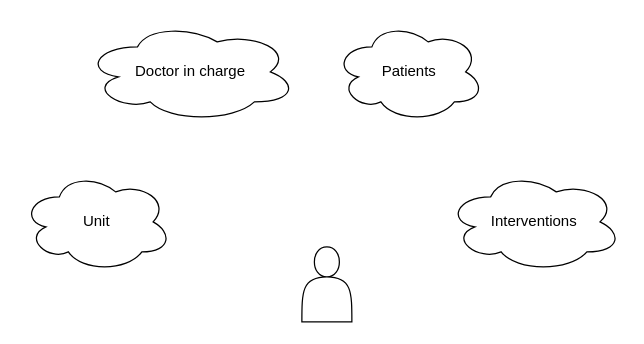
Earlier version of the draw.io diagram page "Step 1 - Define the purpose of the DB" (1 of 4) of exercise3.drawio (KateKatze/07.03_SQL). Source tidied: cells renumbered, new cells numbered last; positions are measured from the earlier drawing's top-left corner, leaving out a move shared by most shapes. Both pictures are drawn from the tidied source at 125%, with x=0, y=0 at pixel (21, 21).
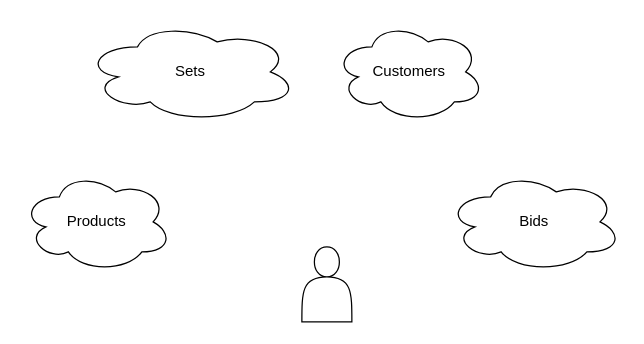
Above is the later version.

Change to the diagram source:
```diff
@@
 <mxGraphModel>
   <root>
     <mxCell id="0" />
     <mxCell id="1" parent="0" />
-    <mxCell id="2" value="Unit" style="ellipse;shape=cloud;whiteSpace=wrap;html=1;" parent="1" vertex="1">
+    <mxCell id="2" value="Products" style="ellipse;shape=cloud;whiteSpace=wrap;html=1;" parent="1" vertex="1">
       <mxGeometry y="120" width="120" height="80" as="geometry" />
     </mxCell>
-    <mxCell id="3" value="Doctor in charge" style="ellipse;shape=cloud;whiteSpace=wrap;html=1;" parent="1" vertex="1">
+    <mxCell id="3" value="Sets" style="ellipse;shape=cloud;whiteSpace=wrap;html=1;" parent="1" vertex="1">
       <mxGeometry x="50" width="170" height="80" as="geometry" />
     </mxCell>
     <mxCell id="4" style="shape=actor;whiteSpace=wrap;html=1;" parent="1" vertex="1">
       <mxGeometry x="224" y="180" width="40" height="60" as="geometry" />
     </mxCell>
-    <mxCell id="5" value="Interventions" style="ellipse;shape=cloud;whiteSpace=wrap;html=1;" parent="1" vertex="1">
+    <mxCell id="5" value="Bids" style="ellipse;shape=cloud;whiteSpace=wrap;html=1;" parent="1" vertex="1">
       <mxGeometry x="340" y="120" width="140" height="80" as="geometry" />
     </mxCell>
-    <mxCell id="6" value="Patients" style="ellipse;shape=cloud;whiteSpace=wrap;html=1;" parent="1" vertex="1">
+    <mxCell id="6" value="Customers" style="ellipse;shape=cloud;whiteSpace=wrap;html=1;" parent="1" vertex="1">
       <mxGeometry x="250" width="120" height="80" as="geometry" />
     </mxCell>
   </root>
 </mxGraphModel>
```
